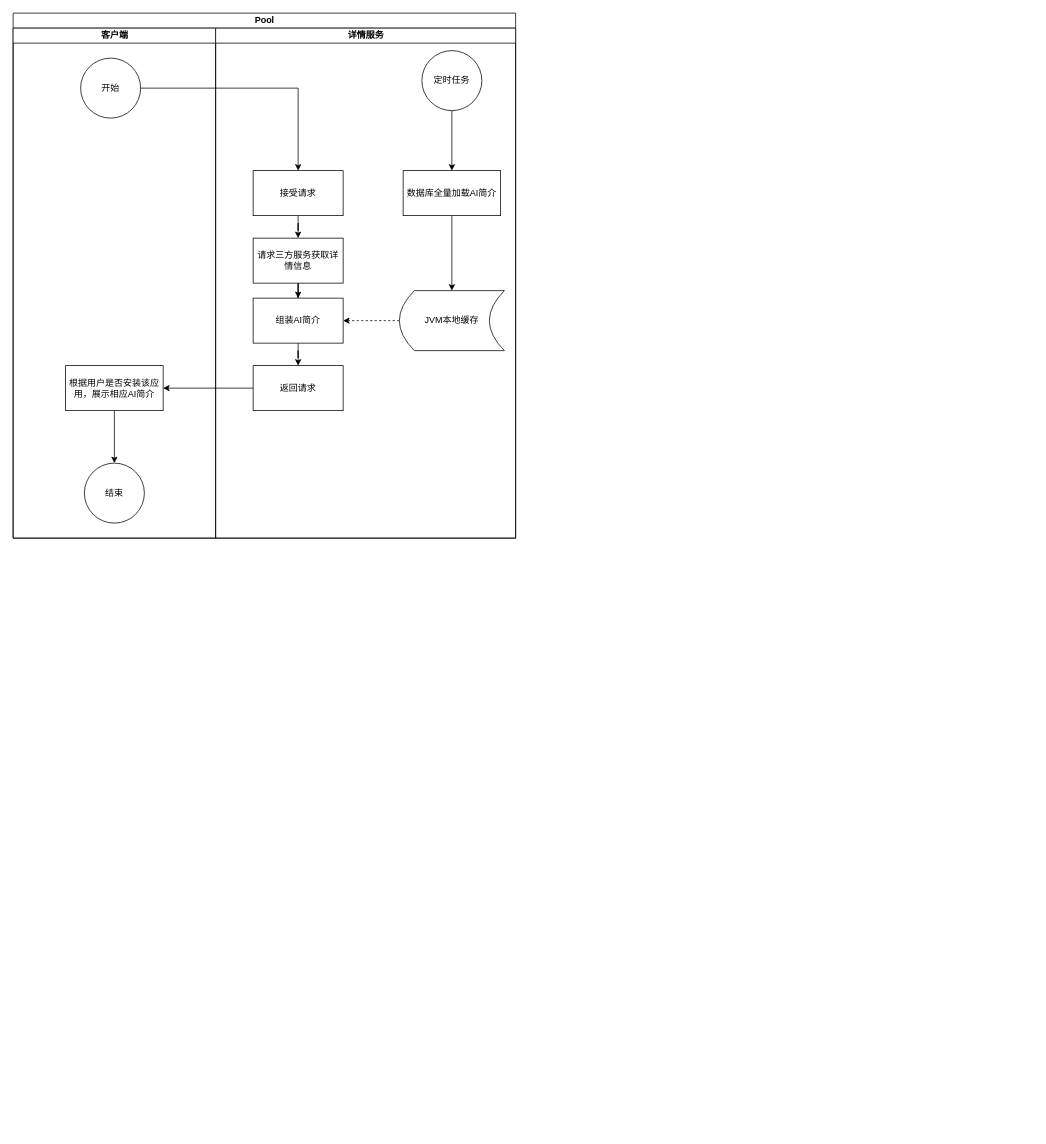
Earlier version of the draw.io diagram 21941448 详情页新增AI简介.drawio (ETHAN0430/draw.io.repo). Source tidied: cells renumbered, new cells numbered last; positions are measured from the earlier drawing's top-left corner, leaving out a move shared by most shapes. Both pictures are drawn from the tidied source at 75%, with x=0, y=0 at pixel (13, 13).
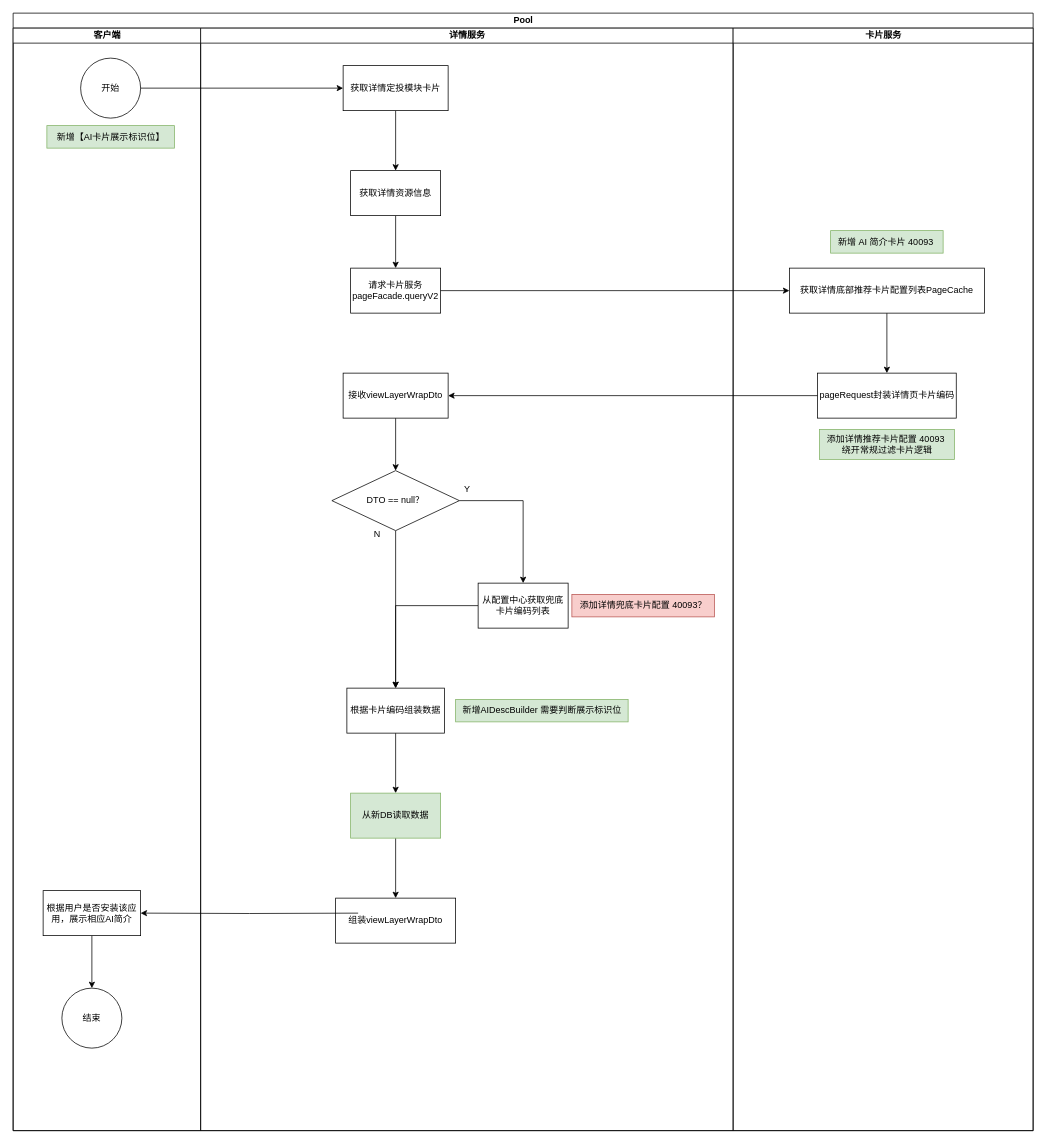
The same page after the edit.

Commit message:
更新21941448 详情页新增AI简介.drawio

Unchanged cells that the change refers to:
```xml
<mxCell id="4" value="开始" style="ellipse;whiteSpace=wrap;html=1;" parent="3" vertex="1">
  <mxGeometry x="90" y="40" width="80" height="80" as="geometry" />
</mxCell>
```

What changed in the source:
```diff
@@
     <mxCell id="2" value="Pool" style="swimlane;startSize=20;html=1;" parent="1" vertex="1">
-      <mxGeometry width="670" height="700" as="geometry" />
+      <mxGeometry width="1360" height="1490" as="geometry" />
     </mxCell>
     <mxCell id="3" value="客户端" style="swimlane;startSize=20;html=1;" parent="2" vertex="1">
-      <mxGeometry y="20" width="270" height="680" as="geometry" />
+      <mxGeometry y="20" width="250" height="1470" as="geometry" />
     </mxCell>
@@
     <mxCell id="6" value="根据用户是否安装该应用，展示相应AI简介" style="whiteSpace=wrap;html=1;" parent="3" vertex="1">
-      <mxGeometry x="70" y="450" width="130" height="60" as="geometry" />
+      <mxGeometry x="40" y="1150" width="130" height="60" as="geometry" />
     </mxCell>
     <mxCell id="7" value="结束" style="ellipse;whiteSpace=wrap;html=1;" parent="3" vertex="1">
-      <mxGeometry x="95" y="580" width="80" height="80" as="geometry" />
+      <mxGeometry x="65" y="1280" width="80" height="80" as="geometry" />
     </mxCell>
-    <mxCell id="8" style="edgeStyle=orthogonalEdgeStyle;rounded=0;jettySize=auto;html=1;entryX=0.5;entryY=0;entryDx=0;entryDy=0;" parent="2" edge="1" source="4" target="11">
-      <mxGeometry relative="1" as="geometry" />
-    </mxCell>
+    <mxCell id="24" value="新增【AI卡片展示标识位】" style="text;html=1;align=center;verticalAlign=middle;strokeColor=#82b366;fillColor=#d5e8d4;" parent="3" vertex="1">
+      <mxGeometry x="45" y="130" width="170" height="30" as="geometry" />
+    </mxCell>
     <mxCell id="9" value="详情服务" style="swimlane;startSize=20;html=1;" parent="2" vertex="1">
-      <mxGeometry x="270" y="20" width="400" height="680" as="geometry" />
+      <mxGeometry x="250" y="20" width="710" height="1470" as="geometry" />
     </mxCell>
-    <mxCell id="10" style="edgeStyle=orthogonalEdgeStyle;rounded=0;jettySize=auto;html=1;" parent="9" edge="1" source="11" target="13">
-      <mxGeometry relative="1" as="geometry" />
-    </mxCell>
-    <mxCell id="11" value="接受请求" style="whiteSpace=wrap;html=1;" parent="9" vertex="1">
-      <mxGeometry x="50" y="190" width="120" height="60" as="geometry" />
-    </mxCell>
-    <mxCell id="12" style="edgeStyle=orthogonalEdgeStyle;rounded=0;jettySize=auto;html=1;" parent="9" edge="1" source="13" target="21">
-      <mxGeometry relative="1" as="geometry" />
-    </mxCell>
-    <mxCell id="13" value="请求三方服务获取详情信息" style="whiteSpace=wrap;html=1;" parent="9" vertex="1">
-      <mxGeometry x="50" y="280" width="120" height="60" as="geometry" />
+    <mxCell id="13" value="请求卡片服务&lt;br&gt;pageFacade.queryV2" style="whiteSpace=wrap;html=1;" parent="9" vertex="1">
+      <mxGeometry x="200" y="320" width="120" height="60" as="geometry" />
     </mxCell>
-    <mxCell id="14" style="edgeStyle=orthogonalEdgeStyle;rounded=0;jettySize=auto;html=1;" parent="9" edge="1" source="15" target="17">
-      <mxGeometry relative="1" as="geometry" />
-    </mxCell>
-    <mxCell id="15" value="定时任务" style="ellipse;whiteSpace=wrap;html=1;" parent="9" vertex="1">
-      <mxGeometry x="275" y="30" width="80" height="80" as="geometry" />
-    </mxCell>
-    <mxCell id="16" style="edgeStyle=orthogonalEdgeStyle;rounded=0;jettySize=auto;html=1;entryX=0.5;entryY=0;entryDx=0;entryDy=0;" parent="9" edge="1" source="17" target="19">
-      <mxGeometry relative="1" as="geometry" />
-    </mxCell>
-    <mxCell id="17" value="数据库全量加载AI简介" style="whiteSpace=wrap;html=1;" parent="9" vertex="1">
-      <mxGeometry x="250" y="190" width="130" height="60" as="geometry" />
-    </mxCell>
-    <mxCell id="18" style="edgeStyle=orthogonalEdgeStyle;rounded=0;jettySize=auto;html=1;entryX=1;entryY=0.5;entryDx=0;entryDy=0;dashed=1;" parent="9" edge="1" source="19" target="21">
-      <mxGeometry relative="1" as="geometry" />
-    </mxCell>
-    <mxCell id="19" value="JVM本地缓存" style="shape=dataStorage;whiteSpace=wrap;html=1;fixedSize=1;" parent="9" vertex="1">
-      <mxGeometry x="245" y="350" width="140" height="80" as="geometry" />
-    </mxCell>
-    <mxCell id="20" style="edgeStyle=orthogonalEdgeStyle;rounded=0;jettySize=auto;html=1;" parent="9" edge="1" source="21" target="22">
-      <mxGeometry relative="1" as="geometry" />
-    </mxCell>
-    <mxCell id="21" value="组装AI简介" style="whiteSpace=wrap;html=1;" parent="9" vertex="1">
-      <mxGeometry x="50" y="360" width="120" height="60" as="geometry" />
-    </mxCell>
-    <mxCell id="22" value="返回请求" style="whiteSpace=wrap;html=1;" parent="9" vertex="1">
-      <mxGeometry x="50" y="450" width="120" height="60" as="geometry" />
-    </mxCell>
+    <mxCell id="25" style="edgeStyle=orthogonalEdgeStyle;rounded=0;jettySize=auto;html=1;" parent="9" edge="1" source="26" target="28">
+      <mxGeometry relative="1" as="geometry" />
+    </mxCell>
+    <mxCell id="26" value="获取详情定投模块卡片" style="whiteSpace=wrap;html=1;" parent="9" vertex="1">
+      <mxGeometry x="190" y="50" width="140" height="60" as="geometry" />
+    </mxCell>
+    <mxCell id="27" style="edgeStyle=orthogonalEdgeStyle;rounded=0;jettySize=auto;html=1;" parent="9" edge="1" source="28" target="13">
+      <mxGeometry relative="1" as="geometry" />
+    </mxCell>
+    <mxCell id="28" value="获取详情资源信息" style="whiteSpace=wrap;html=1;" parent="9" vertex="1">
+      <mxGeometry x="200" y="190" width="120" height="60" as="geometry" />
+    </mxCell>
+    <mxCell id="29" style="edgeStyle=orthogonalEdgeStyle;rounded=0;jettySize=auto;html=1;" parent="9" edge="1" source="30" target="33">
+      <mxGeometry relative="1" as="geometry" />
+    </mxCell>
+    <mxCell id="30" value="接收viewLayerWrapDto" style="whiteSpace=wrap;html=1;" parent="9" vertex="1">
+      <mxGeometry x="190" y="460" width="140" height="60" as="geometry" />
+    </mxCell>
+    <mxCell id="31" style="edgeStyle=orthogonalEdgeStyle;rounded=0;jettySize=auto;html=1;" parent="9" edge="1" source="33" target="35">
+      <mxGeometry relative="1" as="geometry" />
+    </mxCell>
+    <mxCell id="32" style="edgeStyle=orthogonalEdgeStyle;rounded=0;jettySize=auto;html=1;" parent="9" edge="1" source="33" target="39">
+      <mxGeometry relative="1" as="geometry" />
+    </mxCell>
+    <mxCell id="33" value="DTO == null？" style="rhombus;whiteSpace=wrap;html=1;" parent="9" vertex="1">
+      <mxGeometry x="175" y="590" width="170" height="80" as="geometry" />
+    </mxCell>
+    <mxCell id="34" style="edgeStyle=orthogonalEdgeStyle;rounded=0;jettySize=auto;html=1;entryX=0.5;entryY=0;entryDx=0;entryDy=0;" parent="9" edge="1" source="35" target="39">
+      <mxGeometry relative="1" as="geometry" />
+    </mxCell>
+    <mxCell id="35" value="从配置中心获取兜底卡片编码列表" style="whiteSpace=wrap;html=1;" parent="9" vertex="1">
+      <mxGeometry x="370" y="740" width="120" height="60" as="geometry" />
+    </mxCell>
+    <mxCell id="36" value="Y" style="text;html=1;align=center;verticalAlign=middle;strokeColor=none;fillColor=none;" parent="9" vertex="1">
+      <mxGeometry x="340" y="600" width="30" height="30" as="geometry" />
+    </mxCell>
+    <mxCell id="37" value="添加详情兜底卡片配置 40093？" style="text;html=1;align=center;verticalAlign=middle;strokeColor=#b85450;fillColor=#f8cecc;" parent="9" vertex="1">
+      <mxGeometry x="495" y="755" width="190" height="30" as="geometry" />
+    </mxCell>
+    <mxCell id="38" style="edgeStyle=orthogonalEdgeStyle;rounded=0;jettySize=auto;html=1;" parent="9" edge="1" source="39" target="43">
+      <mxGeometry relative="1" as="geometry" />
+    </mxCell>
+    <mxCell id="39" value="根据卡片编码组装数据" style="whiteSpace=wrap;html=1;" parent="9" vertex="1">
+      <mxGeometry x="195" y="880" width="130" height="60" as="geometry" />
+    </mxCell>
+    <mxCell id="40" value="N" style="text;html=1;align=center;verticalAlign=middle;strokeColor=none;fillColor=none;" parent="9" vertex="1">
+      <mxGeometry x="220" y="660" width="30" height="30" as="geometry" />
+    </mxCell>
+    <mxCell id="41" value="新增AIDescBuilder 需要判断展示标识位" style="text;html=1;align=center;verticalAlign=middle;strokeColor=#82b366;fillColor=#d5e8d4;" parent="9" vertex="1">
+      <mxGeometry x="340" y="895" width="230" height="30" as="geometry" />
+    </mxCell>
+    <mxCell id="42" style="edgeStyle=orthogonalEdgeStyle;rounded=0;jettySize=auto;html=1;" parent="9" edge="1" source="43" target="44">
+      <mxGeometry relative="1" as="geometry" />
+    </mxCell>
+    <mxCell id="43" value="从新DB读取数据" style="whiteSpace=wrap;html=1;fillColor=#d5e8d4;strokeColor=#82b366;" parent="9" vertex="1">
+      <mxGeometry x="200" y="1020" width="120" height="60" as="geometry" />
+    </mxCell>
+    <mxCell id="44" value="组装viewLayerWrapDto" style="whiteSpace=wrap;html=1;" parent="9" vertex="1">
+      <mxGeometry x="180" y="1160" width="160" height="60" as="geometry" />
+    </mxCell>
+    <mxCell id="45" value="卡片服务" style="swimlane;startSize=20;html=1;" parent="2" vertex="1">
+      <mxGeometry x="960" y="20" width="400" height="1470" as="geometry" />
+    </mxCell>
+    <mxCell id="46" style="edgeStyle=orthogonalEdgeStyle;rounded=0;jettySize=auto;html=1;" parent="45" edge="1" source="47" target="48">
+      <mxGeometry relative="1" as="geometry" />
+    </mxCell>
+    <mxCell id="47" value="获取详情底部推荐卡片配置列表PageCache" style="whiteSpace=wrap;html=1;" parent="45" vertex="1">
+      <mxGeometry x="75" y="320" width="260" height="60" as="geometry" />
+    </mxCell>
+    <mxCell id="48" value="pageRequest封装详情页卡片编码" style="whiteSpace=wrap;html=1;" parent="45" vertex="1">
+      <mxGeometry x="112.5" y="460" width="185" height="60" as="geometry" />
+    </mxCell>
+    <mxCell id="49" value="新增 AI 简介卡片 40093&amp;nbsp;" style="text;html=1;align=center;verticalAlign=middle;strokeColor=#82b366;fillColor=#d5e8d4;" parent="45" vertex="1">
+      <mxGeometry x="130" y="270" width="150" height="30" as="geometry" />
+    </mxCell>
+    <mxCell id="50" value="添加详情推荐卡片配置 40093&amp;nbsp;&lt;div&gt;绕开&lt;span style=&quot;background-color: initial;&quot;&gt;常规&lt;/span&gt;&lt;span style=&quot;background-color: initial;&quot;&gt;过滤卡片逻辑&lt;/span&gt;&lt;/div&gt;" style="text;html=1;align=center;verticalAlign=middle;strokeColor=#82b366;fillColor=#d5e8d4;" parent="45" vertex="1">
+      <mxGeometry x="115" y="535" width="180" height="40" as="geometry" />
+    </mxCell>
-    <mxCell id="23" style="edgeStyle=orthogonalEdgeStyle;rounded=0;jettySize=auto;html=1;entryX=1;entryY=0.5;entryDx=0;entryDy=0;" parent="2" edge="1" source="22" target="6">
-      <mxGeometry relative="1" as="geometry" />
+    <mxCell id="23" style="edgeStyle=orthogonalEdgeStyle;rounded=0;jettySize=auto;html=1;entryX=1;entryY=0.5;entryDx=0;entryDy=0;" parent="2" edge="1" target="6">
+      <mxGeometry relative="1" as="geometry">
+        <mxPoint x="460" y="1200" as="sourcePoint" />
+      </mxGeometry>
     </mxCell>
+    <mxCell id="51" style="edgeStyle=orthogonalEdgeStyle;rounded=0;jettySize=auto;html=1;" parent="2" edge="1" source="4" target="26">
+      <mxGeometry relative="1" as="geometry" />
+    </mxCell>
+    <mxCell id="52" style="edgeStyle=orthogonalEdgeStyle;rounded=0;jettySize=auto;html=1;" parent="2" edge="1" source="13" target="47">
+      <mxGeometry relative="1" as="geometry" />
+    </mxCell>
+    <mxCell id="53" style="edgeStyle=orthogonalEdgeStyle;rounded=0;jettySize=auto;html=1;" parent="2" edge="1" source="48" target="30">
+      <mxGeometry relative="1" as="geometry" />
+    </mxCell>
```
